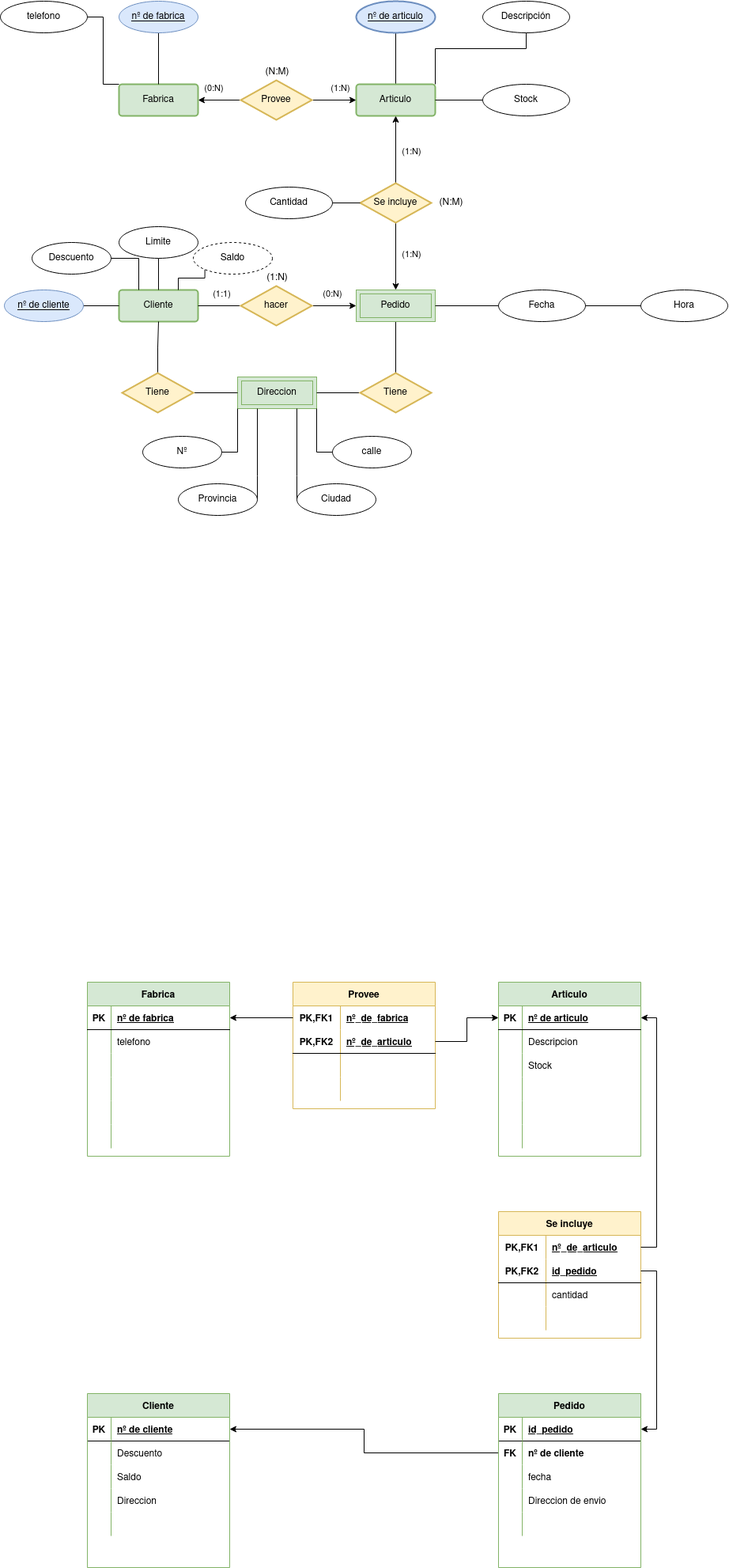
This is tareas base de datos/Tareas_Normalizacion/Tarea_4/norm_4.drawio.png from Angel-L-G/Base-Datos, a draw.io export, as it was before one commit. Source tidied: cells renumbered, new cells last; positions are measured from the earlier drawing's top-left corner, leaving out a move shared by most shapes.
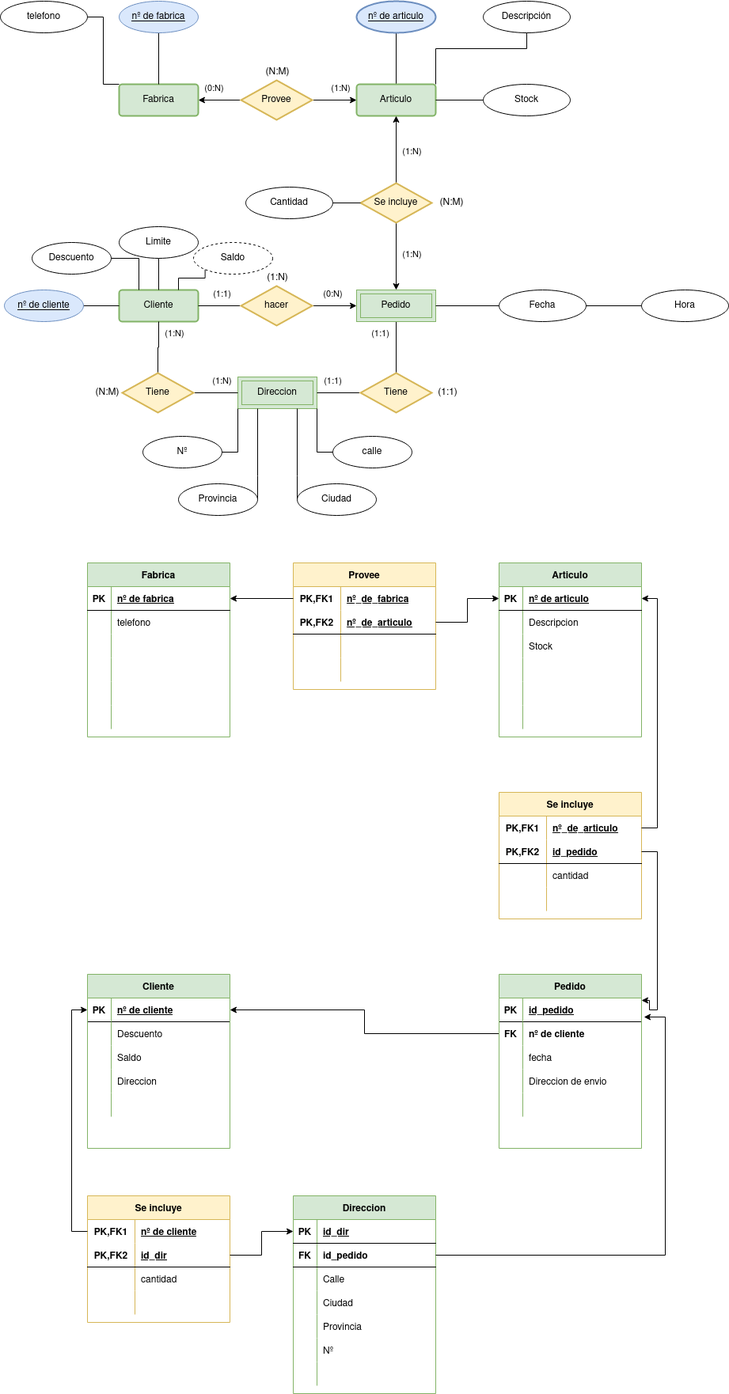
After the change.

The edit, as a diff of the source:
```diff
@@ -74,4 +74,4 @@
     </mxCell>
-    <mxCell id="24" style="edgeStyle=orthogonalEdgeStyle;rounded=0;jettySize=auto;html=1;entryX=0.5;entryY=0;entryDx=0;entryDy=0;startArrow=none;startFill=0;endArrow=none;endFill=0;" parent="1" edge="1" source="25" target="153">
-      <mxGeometry relative="1" as="geometry" />
+    <mxCell id="24" value="(1:1)" style="edgeStyle=orthogonalEdgeStyle;rounded=0;jettySize=auto;html=1;startArrow=none;startFill=0;endArrow=none;endFill=0;entryX=0.5;entryY=0;entryDx=0;entryDy=0;" parent="1" edge="1" source="25" target="153">
+      <mxGeometry x="-0.54" y="-20" relative="1" as="geometry" />
     </mxCell>
@@ -147,3 +147,3 @@
     <mxCell id="43" style="shape=tableRow;horizontal=0;startSize=0;swimlaneHead=0;swimlaneBody=0;fillColor=none;points=[[0,0.5],[1,0.5]];portConstraint=eastwest;top=0;left=0;right=0;bottom=1;" parent="1" vertex="1">
-      <mxGeometry x="110" y="1790" width="180" height="30" as="geometry" />
+      <mxGeometry x="110" y="1260" width="180" height="30" as="geometry" />
     </mxCell>
@@ -156,3 +156,3 @@
     <mxCell id="46" style="shape=tableRow;horizontal=0;startSize=0;swimlaneHead=0;swimlaneBody=0;fillColor=none;top=0;left=0;right=0;bottom=0;" parent="1" vertex="1">
-      <mxGeometry x="110" y="1820" width="180" height="30" as="geometry" />
+      <mxGeometry x="110" y="1290" width="180" height="30" as="geometry" />
     </mxCell>
@@ -165,3 +165,3 @@
     <mxCell id="49" style="shape=tableRow;horizontal=0;startSize=0;swimlaneHead=0;swimlaneBody=0;fillColor=none;top=0;left=0;right=0;bottom=0;" parent="1" vertex="1">
-      <mxGeometry x="110" y="1850" width="180" height="30" as="geometry" />
+      <mxGeometry x="110" y="1320" width="180" height="30" as="geometry" />
     </mxCell>
@@ -174,3 +174,3 @@
     <mxCell id="52" style="shape=tableRow;horizontal=0;startSize=0;swimlaneHead=0;swimlaneBody=0;fillColor=none;top=0;left=0;right=0;bottom=0;" parent="1" vertex="1">
-      <mxGeometry x="110" y="1880" width="180" height="30" as="geometry" />
+      <mxGeometry x="110" y="1350" width="180" height="30" as="geometry" />
     </mxCell>
@@ -183,3 +183,3 @@
     <mxCell id="55" style="shape=tableRow;horizontal=0;startSize=0;swimlaneHead=0;swimlaneBody=0;fillColor=none;top=0;left=0;right=0;bottom=0;" parent="1" vertex="1">
-      <mxGeometry x="110" y="1910" width="180" height="30" as="geometry" />
+      <mxGeometry x="110" y="1380" width="180" height="30" as="geometry" />
     </mxCell>
@@ -192,3 +192,3 @@
     <mxCell id="58" style="shape=tableRow;horizontal=0;startSize=0;swimlaneHead=0;swimlaneBody=0;fillColor=none;top=0;left=0;right=0;bottom=0;" parent="1" vertex="1">
-      <mxGeometry x="110" y="1940" width="180" height="30" as="geometry" />
+      <mxGeometry x="110" y="1410" width="180" height="30" as="geometry" />
     </mxCell>
@@ -201,3 +201,3 @@
     <mxCell id="61" style="shape=tableRow;horizontal=0;startSize=0;swimlaneHead=0;swimlaneBody=0;fillColor=none;points=[[0,0.5],[1,0.5]];portConstraint=eastwest;top=0;left=0;right=0;bottom=1;" parent="1" vertex="1">
-      <mxGeometry x="630" y="1790" width="180" height="30" as="geometry" />
+      <mxGeometry x="630" y="1260" width="180" height="30" as="geometry" />
     </mxCell>
@@ -210,3 +210,3 @@
     <mxCell id="64" style="shape=tableRow;horizontal=0;startSize=0;swimlaneHead=0;swimlaneBody=0;fillColor=none;points=[[0,0.5],[1,0.5]];portConstraint=eastwest;top=0;left=0;right=0;bottom=0;" parent="1" vertex="1">
-      <mxGeometry x="630" y="1820" width="180" height="30" as="geometry" />
+      <mxGeometry x="630" y="1290" width="180" height="30" as="geometry" />
     </mxCell>
@@ -219,3 +219,3 @@
     <mxCell id="67" style="shape=tableRow;horizontal=0;startSize=0;swimlaneHead=0;swimlaneBody=0;fillColor=none;top=0;left=0;right=0;bottom=0;" parent="1" vertex="1">
-      <mxGeometry x="630" y="1850" width="180" height="30" as="geometry" />
+      <mxGeometry x="630" y="1320" width="180" height="30" as="geometry" />
     </mxCell>
@@ -228,3 +228,3 @@
     <mxCell id="70" style="shape=tableRow;horizontal=0;startSize=0;swimlaneHead=0;swimlaneBody=0;fillColor=none;top=0;left=0;right=0;bottom=0;" parent="1" vertex="1">
-      <mxGeometry x="630" y="1880" width="180" height="30" as="geometry" />
+      <mxGeometry x="630" y="1350" width="180" height="30" as="geometry" />
     </mxCell>
@@ -237,3 +237,3 @@
     <mxCell id="73" style="shape=tableRow;horizontal=0;startSize=0;swimlaneHead=0;swimlaneBody=0;fillColor=none;top=0;left=0;right=0;bottom=0;" parent="1" vertex="1">
-      <mxGeometry x="630" y="1910" width="180" height="30" as="geometry" />
+      <mxGeometry x="630" y="1380" width="180" height="30" as="geometry" />
     </mxCell>
@@ -246,3 +246,3 @@
     <mxCell id="76" style="shape=tableRow;horizontal=0;startSize=0;swimlaneHead=0;swimlaneBody=0;fillColor=none;top=0;left=0;right=0;bottom=0;" parent="1" vertex="1">
-      <mxGeometry x="630" y="1940" width="180" height="30" as="geometry" />
+      <mxGeometry x="630" y="1410" width="180" height="30" as="geometry" />
     </mxCell>
@@ -255,3 +255,3 @@
     <mxCell id="79" value="Fabrica" style="shape=table;startSize=30;rowLines=0;fontStyle=1;align=center;fillColor=#d5e8d4;strokeColor=#82b366;" parent="1" vertex="1">
-      <mxGeometry x="110" y="1240" width="180" height="220" as="geometry" />
+      <mxGeometry x="110" y="710" width="180" height="220" as="geometry" />
     </mxCell>
@@ -312,3 +312,3 @@
     <mxCell id="98" value="Articulo" style="shape=table;startSize=30;rowLines=0;fontStyle=1;align=center;fillColor=#d5e8d4;strokeColor=#82b366;" parent="1" vertex="1">
-      <mxGeometry x="630" y="1240" width="180" height="220" as="geometry" />
+      <mxGeometry x="630" y="710" width="180" height="220" as="geometry" />
     </mxCell>
@@ -369,3 +369,3 @@
     <mxCell id="117" value="Provee" style="shape=table;startSize=30;rowLines=0;fontStyle=1;align=center;fillColor=#fff2cc;strokeColor=#d6b656;" parent="1" vertex="1">
-      <mxGeometry x="370" y="1240" width="180" height="160" as="geometry" />
+      <mxGeometry x="370" y="710" width="180" height="160" as="geometry" />
     </mxCell>
@@ -408,3 +408,3 @@
     <mxCell id="130" value="Se incluye" style="shape=table;startSize=30;rowLines=0;fontStyle=1;align=center;fillColor=#fff2cc;strokeColor=#d6b656;" parent="1" vertex="1">
-      <mxGeometry x="630" y="1530" width="180" height="160" as="geometry" />
+      <mxGeometry x="630" y="1000" width="180" height="160" as="geometry" />
     </mxCell>
@@ -455,4 +455,4 @@
         <Array as="points">
-          <mxPoint x="830" y="1575" />
-          <mxPoint x="830" y="1285" />
+          <mxPoint x="830" y="1045" />
+          <mxPoint x="830" y="755" />
         </Array>
@@ -460,7 +460,9 @@
     </mxCell>
-    <mxCell id="146" style="edgeStyle=orthogonalEdgeStyle;rounded=0;jettySize=auto;html=1;entryX=1;entryY=0.5;entryDx=0;entryDy=0;" parent="1" edge="1" source="134" target="61">
+    <mxCell id="146" style="edgeStyle=orthogonalEdgeStyle;rounded=0;jettySize=auto;html=1;entryX=1;entryY=0.1;entryDx=0;entryDy=0;entryPerimeter=0;" parent="1" edge="1" source="134" target="179">
       <mxGeometry relative="1" as="geometry">
         <Array as="points">
-          <mxPoint x="830" y="1605" />
-          <mxPoint x="830" y="1805" />
+          <mxPoint x="830" y="1075" />
+          <mxPoint x="830" y="1275" />
+          <mxPoint x="820" y="1275" />
+          <mxPoint x="820" y="1263" />
         </Array>
@@ -474,7 +476,7 @@
     </mxCell>
-    <mxCell id="149" style="edgeStyle=orthogonalEdgeStyle;rounded=0;jettySize=auto;html=1;startArrow=none;startFill=0;endArrow=none;endFill=0;" parent="1" edge="1" source="151" target="2">
-      <mxGeometry relative="1" as="geometry" />
+    <mxCell id="149" value="(1:N)" style="edgeStyle=orthogonalEdgeStyle;rounded=0;jettySize=auto;html=1;startArrow=none;startFill=0;endArrow=none;endFill=0;" parent="1" edge="1" source="151" target="2">
+      <mxGeometry x="0.55" y="-20" relative="1" as="geometry" />
     </mxCell>
-    <mxCell id="150" style="edgeStyle=orthogonalEdgeStyle;rounded=0;jettySize=auto;html=1;startArrow=none;startFill=0;endArrow=none;endFill=0;" parent="1" edge="1" source="151" target="148">
-      <mxGeometry relative="1" as="geometry" />
+    <mxCell id="150" value="(1:N)" style="edgeStyle=orthogonalEdgeStyle;rounded=0;jettySize=auto;html=1;startArrow=none;startFill=0;endArrow=none;endFill=0;" parent="1" edge="1" source="151" target="148">
+      <mxGeometry x="0.29" y="15" relative="1" as="geometry" />
     </mxCell>
@@ -483,4 +485,4 @@
     </mxCell>
-    <mxCell id="152" style="edgeStyle=orthogonalEdgeStyle;rounded=0;jettySize=auto;html=1;startArrow=none;startFill=0;endArrow=none;endFill=0;" parent="1" edge="1" source="153" target="148">
-      <mxGeometry relative="1" as="geometry" />
+    <mxCell id="152" value="(1:1)" style="edgeStyle=orthogonalEdgeStyle;rounded=0;jettySize=auto;html=1;startArrow=none;startFill=0;endArrow=none;endFill=0;" parent="1" edge="1" source="153" target="148">
+      <mxGeometry x="0.27" y="-15" relative="1" as="geometry" />
     </mxCell>
@@ -524,3 +526,3 @@
     <mxCell id="162" value="Cliente" style="shape=table;startSize=30;rowLines=0;fontStyle=1;align=center;fillColor=#d5e8d4;strokeColor=#82b366;" parent="1" vertex="1">
-      <mxGeometry x="110" y="1760" width="180" height="220" as="geometry" />
+      <mxGeometry x="110" y="1230" width="180" height="220" as="geometry" />
     </mxCell>
@@ -572,3 +574,3 @@
     <mxCell id="178" value="Pedido" style="shape=table;startSize=30;rowLines=0;fontStyle=1;align=center;fillColor=#d5e8d4;strokeColor=#82b366;" parent="1" vertex="1">
-      <mxGeometry x="630" y="1760" width="180" height="220" as="geometry" />
+      <mxGeometry x="630" y="1230" width="180" height="220" as="geometry" />
     </mxCell>
@@ -619,2 +621,127 @@
     </mxCell>
+    <mxCell id="194" value="(1:1)" style="text;html=1;align=center;verticalAlign=middle;strokeColor=none;fillColor=none;" parent="1" vertex="1">
+      <mxGeometry x="540" y="480" width="50" height="30" as="geometry" />
+    </mxCell>
+    <mxCell id="195" value="(N:M)" style="text;html=1;align=center;verticalAlign=middle;strokeColor=none;fillColor=none;" parent="1" vertex="1">
+      <mxGeometry x="110" y="480" width="50" height="30" as="geometry" />
+    </mxCell>
+    <mxCell id="196" value="Direccion" style="shape=table;startSize=30;rowLines=0;fontStyle=1;align=center;fillColor=#d5e8d4;strokeColor=#82b366;" parent="1" vertex="1">
+      <mxGeometry x="370" y="1510" width="180" height="250" as="geometry" />
+    </mxCell>
+    <mxCell id="197" style="shape=tableRow;horizontal=0;startSize=0;swimlaneHead=0;swimlaneBody=0;fillColor=none;points=[[0,0.5],[1,0.5]];portConstraint=eastwest;top=0;left=0;right=0;bottom=1;" parent="196" vertex="1">
+      <mxGeometry y="30" width="180" height="30" as="geometry" />
+    </mxCell>
+    <mxCell id="198" value="PK" style="shape=partialRectangle;fillColor=none;top=0;left=0;bottom=0;right=0;fontStyle=1;overflow=hidden;" parent="197" vertex="1">
+      <mxGeometry width="30" height="30" as="geometry" />
+    </mxCell>
+    <mxCell id="199" value="id_dir" style="shape=partialRectangle;fillColor=none;top=0;left=0;bottom=0;right=0;align=left;spacingLeft=6;fontStyle=5;overflow=hidden;" parent="197" vertex="1">
+      <mxGeometry x="30" width="150" height="30" as="geometry" />
+    </mxCell>
+    <mxCell id="200" style="shape=tableRow;horizontal=0;startSize=0;swimlaneHead=0;swimlaneBody=0;fillColor=none;points=[[0,0.5],[1,0.5]];portConstraint=eastwest;top=0;left=0;right=0;bottom=1;" parent="196" vertex="1">
+      <mxGeometry y="60" width="180" height="30" as="geometry" />
+    </mxCell>
+    <mxCell id="201" value="FK" style="shape=partialRectangle;fillColor=none;top=0;left=0;bottom=0;right=0;fontStyle=1;overflow=hidden;" parent="200" vertex="1">
+      <mxGeometry width="30" height="30" as="geometry" />
+    </mxCell>
+    <mxCell id="202" value="id_pedido" style="shape=partialRectangle;fillColor=none;top=0;left=0;bottom=0;right=0;align=left;spacingLeft=6;fontStyle=1;overflow=hidden;" parent="200" vertex="1">
+      <mxGeometry x="30" width="150" height="30" as="geometry" />
+    </mxCell>
+    <mxCell id="203" style="shape=tableRow;horizontal=0;startSize=0;swimlaneHead=0;swimlaneBody=0;fillColor=none;top=0;left=0;right=0;bottom=0;" parent="196" vertex="1">
+      <mxGeometry y="90" width="180" height="30" as="geometry" />
+    </mxCell>
+    <mxCell id="204" style="shape=partialRectangle;fillColor=none;top=0;left=0;bottom=0;right=0;overflow=hidden;" parent="203" vertex="1">
+      <mxGeometry width="30" height="30" as="geometry" />
+    </mxCell>
+    <mxCell id="205" value="Calle" style="shape=partialRectangle;fillColor=none;top=0;left=0;bottom=0;right=0;align=left;spacingLeft=6;overflow=hidden;" parent="203" vertex="1">
+      <mxGeometry x="30" width="150" height="30" as="geometry" />
+    </mxCell>
+    <mxCell id="206" style="shape=tableRow;horizontal=0;startSize=0;swimlaneHead=0;swimlaneBody=0;fillColor=none;top=0;left=0;right=0;bottom=0;" parent="196" vertex="1">
+      <mxGeometry y="120" width="180" height="30" as="geometry" />
+    </mxCell>
+    <mxCell id="207" style="shape=partialRectangle;fillColor=none;top=0;left=0;bottom=0;right=0;overflow=hidden;" parent="206" vertex="1">
+      <mxGeometry width="30" height="30" as="geometry" />
+    </mxCell>
+    <mxCell id="208" value="Ciudad" style="shape=partialRectangle;fillColor=none;top=0;left=0;bottom=0;right=0;align=left;spacingLeft=6;overflow=hidden;" parent="206" vertex="1">
+      <mxGeometry x="30" width="150" height="30" as="geometry" />
+    </mxCell>
+    <mxCell id="209" style="shape=tableRow;horizontal=0;startSize=0;swimlaneHead=0;swimlaneBody=0;fillColor=none;top=0;left=0;right=0;bottom=0;" parent="196" vertex="1">
+      <mxGeometry y="150" width="180" height="30" as="geometry" />
+    </mxCell>
+    <mxCell id="210" style="shape=partialRectangle;fillColor=none;top=0;left=0;bottom=0;right=0;overflow=hidden;" parent="209" vertex="1">
+      <mxGeometry width="30" height="30" as="geometry" />
+    </mxCell>
+    <mxCell id="211" value="Provincia" style="shape=partialRectangle;fillColor=none;top=0;left=0;bottom=0;right=0;align=left;spacingLeft=6;overflow=hidden;" parent="209" vertex="1">
+      <mxGeometry x="30" width="150" height="30" as="geometry" />
+    </mxCell>
+    <mxCell id="212" style="shape=tableRow;horizontal=0;startSize=0;swimlaneHead=0;swimlaneBody=0;fillColor=none;top=0;left=0;right=0;bottom=0;" parent="196" vertex="1">
+      <mxGeometry y="180" width="180" height="30" as="geometry" />
+    </mxCell>
+    <mxCell id="213" style="shape=partialRectangle;fillColor=none;top=0;left=0;bottom=0;right=0;overflow=hidden;" parent="212" vertex="1">
+      <mxGeometry width="30" height="30" as="geometry" />
+    </mxCell>
+    <mxCell id="214" value="Nº" style="shape=partialRectangle;fillColor=none;top=0;left=0;bottom=0;right=0;align=left;spacingLeft=6;overflow=hidden;" parent="212" vertex="1">
+      <mxGeometry x="30" width="150" height="30" as="geometry" />
+    </mxCell>
+    <mxCell id="215" style="shape=tableRow;horizontal=0;startSize=0;swimlaneHead=0;swimlaneBody=0;fillColor=none;top=0;left=0;right=0;bottom=0;" parent="196" vertex="1">
+      <mxGeometry y="210" width="180" height="30" as="geometry" />
+    </mxCell>
+    <mxCell id="216" style="shape=partialRectangle;fillColor=none;top=0;left=0;bottom=0;right=0;overflow=hidden;" parent="215" vertex="1">
+      <mxGeometry width="30" height="30" as="geometry" />
+    </mxCell>
+    <mxCell id="217" style="shape=partialRectangle;fillColor=none;top=0;left=0;bottom=0;right=0;align=left;spacingLeft=6;overflow=hidden;" parent="215" vertex="1">
+      <mxGeometry x="30" width="150" height="30" as="geometry" />
+    </mxCell>
+    <mxCell id="218" value="Se incluye" style="shape=table;startSize=30;rowLines=0;fontStyle=1;align=center;fillColor=#fff2cc;strokeColor=#d6b656;" parent="1" vertex="1">
+      <mxGeometry x="110" y="1510" width="180" height="160" as="geometry" />
+    </mxCell>
+    <mxCell id="219" style="shape=tableRow;horizontal=0;startSize=0;swimlaneHead=0;swimlaneBody=0;fillColor=none;points=[[0,0.5],[1,0.5]];portConstraint=eastwest;top=0;left=0;right=0;bottom=0;" parent="218" vertex="1">
+      <mxGeometry y="30" width="180" height="30" as="geometry" />
+    </mxCell>
+    <mxCell id="220" value="PK,FK1" style="shape=partialRectangle;fillColor=none;top=0;left=0;bottom=0;right=0;fontStyle=1;overflow=hidden;" parent="219" vertex="1">
+      <mxGeometry width="60" height="30" as="geometry" />
+    </mxCell>
+    <mxCell id="221" value="nº de cliente" style="shape=partialRectangle;fillColor=none;top=0;left=0;bottom=0;right=0;align=left;spacingLeft=6;fontStyle=5;overflow=hidden;" parent="219" vertex="1">
+      <mxGeometry x="60" width="120" height="30" as="geometry" />
+    </mxCell>
+    <mxCell id="222" style="shape=tableRow;horizontal=0;startSize=0;swimlaneHead=0;swimlaneBody=0;fillColor=none;points=[[0,0.5],[1,0.5]];portConstraint=eastwest;top=0;left=0;right=0;bottom=1;" parent="218" vertex="1">
+      <mxGeometry y="60" width="180" height="30" as="geometry" />
+    </mxCell>
+    <mxCell id="223" value="PK,FK2" style="shape=partialRectangle;fillColor=none;top=0;left=0;bottom=0;right=0;fontStyle=1;overflow=hidden;" parent="222" vertex="1">
+      <mxGeometry width="60" height="30" as="geometry" />
+    </mxCell>
+    <mxCell id="224" value="id_dir" style="shape=partialRectangle;fillColor=none;top=0;left=0;bottom=0;right=0;align=left;spacingLeft=6;fontStyle=5;overflow=hidden;" parent="222" vertex="1">
+      <mxGeometry x="60" width="120" height="30" as="geometry" />
+    </mxCell>
+    <mxCell id="225" style="shape=tableRow;horizontal=0;startSize=0;swimlaneHead=0;swimlaneBody=0;fillColor=none;top=0;left=0;right=0;bottom=0;" parent="218" vertex="1">
+      <mxGeometry y="90" width="180" height="30" as="geometry" />
+    </mxCell>
+    <mxCell id="226" style="shape=partialRectangle;fillColor=none;top=0;left=0;bottom=0;right=0;overflow=hidden;" parent="225" vertex="1">
+      <mxGeometry width="60" height="30" as="geometry" />
+    </mxCell>
+    <mxCell id="227" value="cantidad" style="shape=partialRectangle;fillColor=none;top=0;left=0;bottom=0;right=0;align=left;spacingLeft=6;overflow=hidden;" parent="225" vertex="1">
+      <mxGeometry x="60" width="120" height="30" as="geometry" />
+    </mxCell>
+    <mxCell id="228" style="shape=tableRow;horizontal=0;startSize=0;swimlaneHead=0;swimlaneBody=0;fillColor=none;top=0;left=0;right=0;bottom=0;" parent="218" vertex="1">
+      <mxGeometry y="120" width="180" height="30" as="geometry" />
+    </mxCell>
+    <mxCell id="229" style="shape=partialRectangle;fillColor=none;top=0;left=0;bottom=0;right=0;overflow=hidden;" parent="228" vertex="1">
+      <mxGeometry width="60" height="30" as="geometry" />
+    </mxCell>
+    <mxCell id="230" style="shape=partialRectangle;fillColor=none;top=0;left=0;bottom=0;right=0;align=left;spacingLeft=6;overflow=hidden;" parent="228" vertex="1">
+      <mxGeometry x="60" width="120" height="30" as="geometry" />
+    </mxCell>
+    <mxCell id="231" style="edgeStyle=orthogonalEdgeStyle;rounded=0;jettySize=auto;html=1;entryX=0;entryY=0.5;entryDx=0;entryDy=0;startArrow=classic;startFill=1;endArrow=none;endFill=0;" parent="1" edge="1" source="163" target="219">
+      <mxGeometry relative="1" as="geometry" />
+    </mxCell>
+    <mxCell id="232" style="edgeStyle=orthogonalEdgeStyle;rounded=0;jettySize=auto;html=1;startArrow=none;startFill=0;endArrow=classic;endFill=1;" parent="1" edge="1" source="222" target="197">
+      <mxGeometry relative="1" as="geometry" />
+    </mxCell>
+    <mxCell id="233" style="edgeStyle=orthogonalEdgeStyle;rounded=0;jettySize=auto;html=1;startArrow=none;startFill=0;endArrow=classic;endFill=1;entryX=1.017;entryY=0.8;entryDx=0;entryDy=0;entryPerimeter=0;" parent="1" edge="1" source="200" target="179">
+      <mxGeometry relative="1" as="geometry">
+        <Array as="points">
+          <mxPoint x="840" y="1585" />
+          <mxPoint x="840" y="1284" />
+        </Array>
+      </mxGeometry>
+    </mxCell>
   </root>
```
